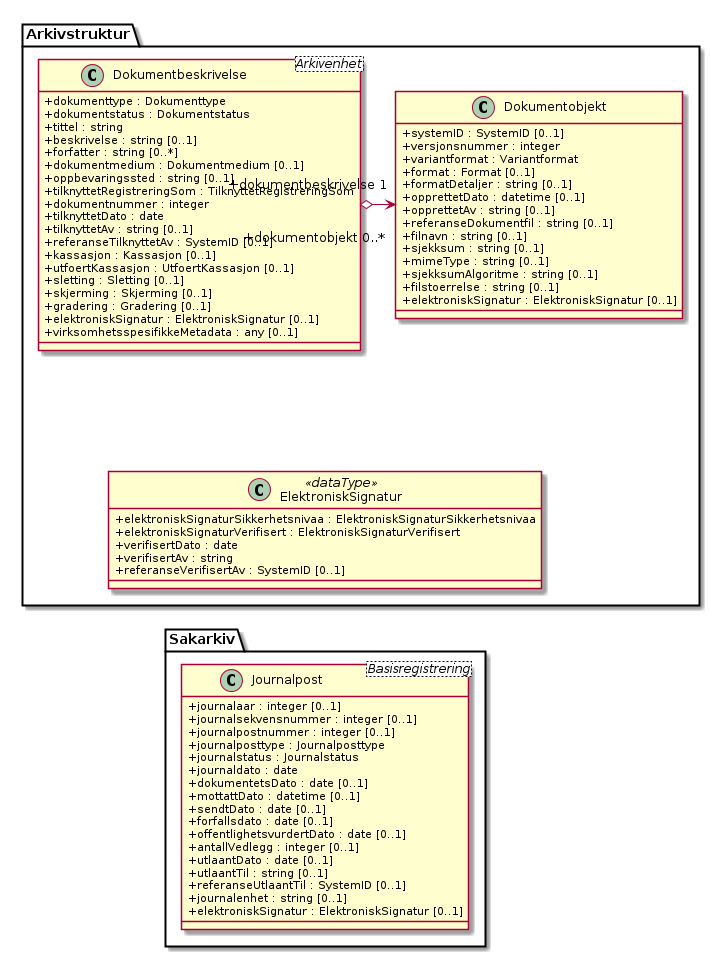
Earlier version of the PlantUML export kapitler/media/uml-elektronisk-signatur.png (arkivverket/noark5-tjenestegrensesnitt-standard).
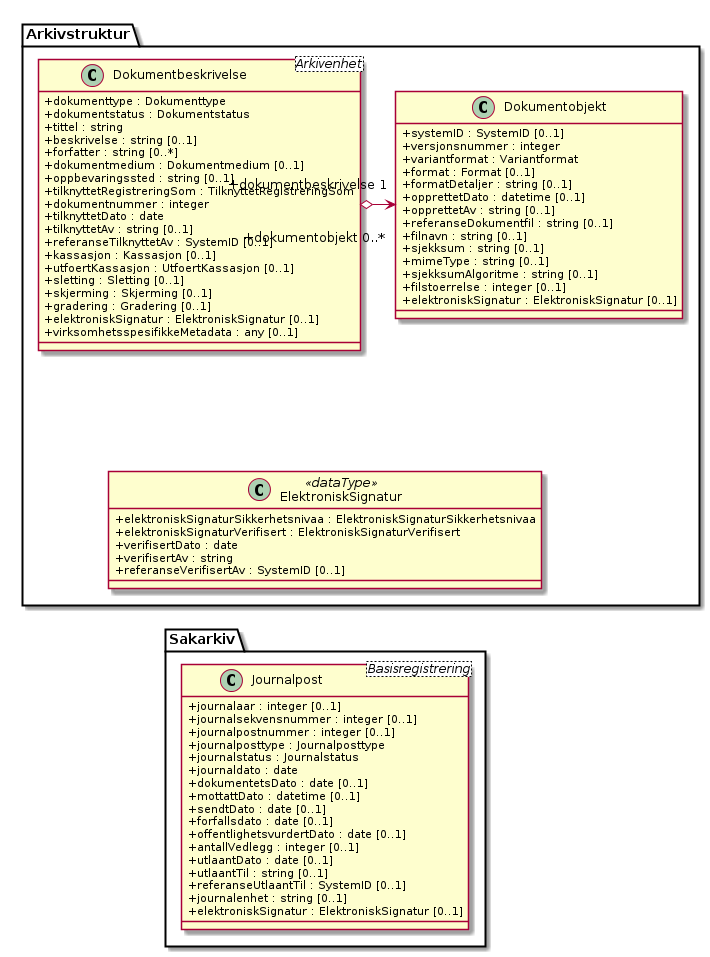
Above is the later version.

Change to the diagram source:
```diff
@@ -61,7 +61,7 @@
   +sjekksum : string [0..1]
   +mimeType : string [0..1]
   +sjekksumAlgoritme : string [0..1]
-  +filstoerrelse : string [0..1]
+  +filstoerrelse : integer [0..1]
   +elektroniskSignatur : ElektroniskSignatur [0..1]
 }
 
```
